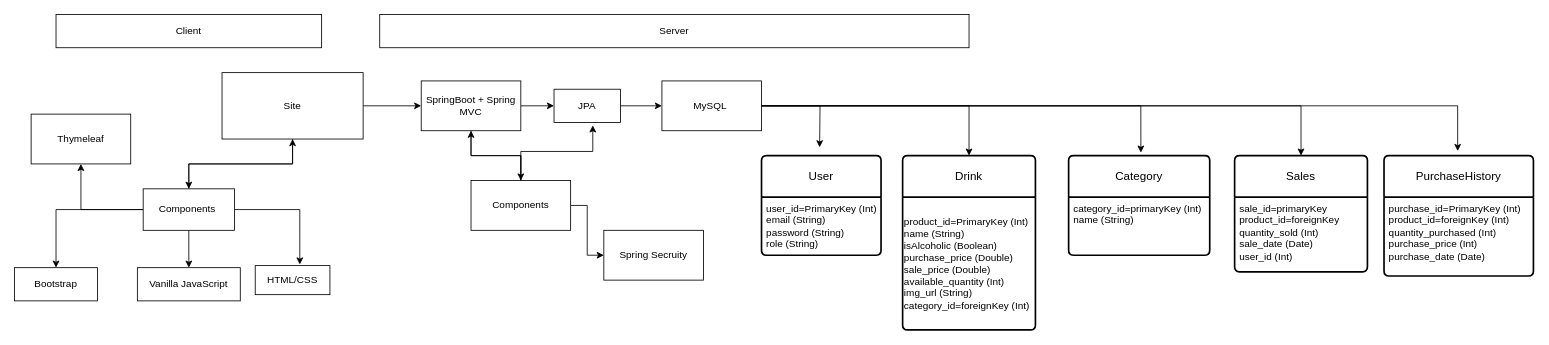
The draw.io diagram Inventory_V2.drawio in j4n-r/Inventory_V2, before the edit. Source tidied: cells renumbered, new cells numbered last; positions are measured from the earlier drawing's top-left corner, leaving out a move shared by most shapes. Both pictures are drawn from the tidied source at 83%, with x=0, y=0 at pixel (14, 14).
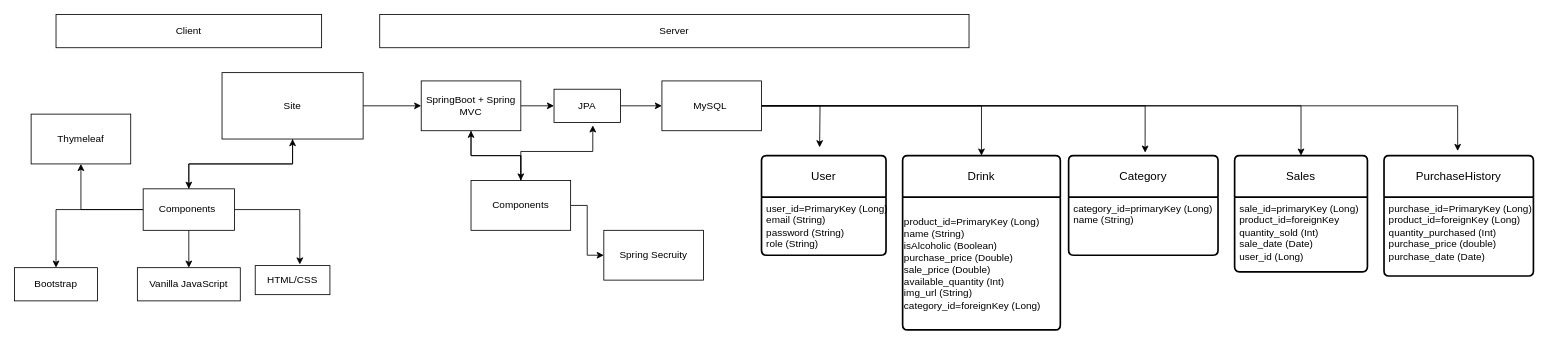
After the change.

Unchanged cells that the change refers to:
```xml
<mxCell id="35" value="PurchaseHistory" style="swimlane;horizontal=1;startSize=50;rounded=1;fontSize=14;fontStyle=0;strokeWidth=2;shadow=0;dashed=0;align=center;arcSize=4;whiteSpace=wrap;html=1;" parent="1" vertex="1">
  <mxGeometry x="1650" y="170" width="180" height="145" as="geometry" />
</mxCell>
<mxCell id="39" value="Sales" style="swimlane;horizontal=1;startSize=50;rounded=1;fontSize=14;fontStyle=0;strokeWidth=2;shadow=0;dashed=0;align=center;arcSize=4;whiteSpace=wrap;html=1;" parent="1" vertex="1">
  <mxGeometry x="1470" y="170" width="160" height="140" as="geometry" />
</mxCell>
```

Change to the diagram source:
```diff
@@
     <mxCell id="2" value="Drink" style="swimlane;horizontal=1;startSize=50;rounded=1;fontSize=14;fontStyle=0;strokeWidth=2;shadow=0;dashed=0;align=center;arcSize=4;whiteSpace=wrap;html=1;" parent="1" vertex="1">
-      <mxGeometry x="1070" y="170" width="160" height="210" as="geometry" />
+      <mxGeometry x="1070" y="170" width="190" height="210" as="geometry" />
     </mxCell>
-    <mxCell id="3" value="&lt;div style=&quot;&quot;&gt;product_id=PrimaryKey (Int)&lt;span style=&quot;background-color: initial; white-space-collapse: preserve;&quot;&gt;&#9;&lt;/span&gt;&lt;span style=&quot;background-color: initial; white-space-collapse: preserve;&quot;&gt;&#9;&lt;/span&gt;&lt;span style=&quot;background-color: initial; white-space-collapse: preserve;&quot;&gt;&#9;&lt;/span&gt;&lt;/div&gt;&lt;div style=&quot;&quot;&gt;&lt;span style=&quot;background-color: initial;&quot;&gt;name (String)&lt;/span&gt;&lt;/div&gt;&lt;div style=&quot;&quot;&gt;&lt;span style=&quot;background-color: initial;&quot;&gt;isAlcoholic (Boolean)&lt;/span&gt;&lt;br&gt;&lt;/div&gt;&lt;div style=&quot;&quot;&gt;&lt;span style=&quot;background-color: initial;&quot;&gt;purchase_price (Double)&lt;/span&gt;&lt;/div&gt;&lt;div style=&quot;&quot;&gt;&lt;span style=&quot;background-color: initial;&quot;&gt;sale_price (Double)&lt;/span&gt;&lt;/div&gt;&lt;div style=&quot;&quot;&gt;&lt;span style=&quot;background-color: initial;&quot;&gt;available_quantity (Int)&lt;/span&gt;&lt;/div&gt;&lt;div style=&quot;&quot;&gt;&lt;span style=&quot;background-color: initial;&quot;&gt;img_url (String)&lt;/span&gt;&lt;/div&gt;&lt;div style=&quot;&quot;&gt;category_id=foreignKey (Int)&lt;/div&gt;" style="text;html=1;align=left;verticalAlign=middle;strokeColor=none;fillColor=none;" parent="2" vertex="1">
-      <mxGeometry y="50" width="160" height="160" as="geometry" />
+    <mxCell id="3" value="&lt;div style=&quot;&quot;&gt;product_id=PrimaryKey (Long)&lt;span style=&quot;background-color: initial; white-space-collapse: preserve;&quot;&gt;&#9;&lt;/span&gt;&lt;span style=&quot;background-color: initial; white-space-collapse: preserve;&quot;&gt;&#9;&lt;/span&gt;&lt;span style=&quot;background-color: initial; white-space-collapse: preserve;&quot;&gt;&#9;&lt;/span&gt;&lt;/div&gt;&lt;div style=&quot;&quot;&gt;&lt;span style=&quot;background-color: initial;&quot;&gt;name (String)&lt;/span&gt;&lt;/div&gt;&lt;div style=&quot;&quot;&gt;&lt;span style=&quot;background-color: initial;&quot;&gt;isAlcoholic (Boolean)&lt;/span&gt;&lt;br&gt;&lt;/div&gt;&lt;div style=&quot;&quot;&gt;&lt;span style=&quot;background-color: initial;&quot;&gt;purchase_price (Double)&lt;/span&gt;&lt;/div&gt;&lt;div style=&quot;&quot;&gt;&lt;span style=&quot;background-color: initial;&quot;&gt;sale_price (Double)&lt;/span&gt;&lt;/div&gt;&lt;div style=&quot;&quot;&gt;&lt;span style=&quot;background-color: initial;&quot;&gt;available_quantity (Int)&lt;/span&gt;&lt;/div&gt;&lt;div style=&quot;&quot;&gt;&lt;span style=&quot;background-color: initial;&quot;&gt;img_url (String)&lt;/span&gt;&lt;/div&gt;&lt;div style=&quot;&quot;&gt;category_id=foreignKey (Long)&lt;/div&gt;" style="text;html=1;align=left;verticalAlign=middle;strokeColor=none;fillColor=none;" parent="2" vertex="1">
+      <mxGeometry y="50" width="190" height="160" as="geometry" />
     </mxCell>
     <mxCell id="4" value="User" style="swimlane;horizontal=1;startSize=50;rounded=1;fontSize=14;fontStyle=0;strokeWidth=2;shadow=0;dashed=0;align=center;arcSize=4;whiteSpace=wrap;html=1;" parent="1" vertex="1">
-      <mxGeometry x="900" y="170" width="144" height="120" as="geometry" />
+      <mxGeometry x="900" y="170" width="150" height="120" as="geometry" />
     </mxCell>
-    <mxCell id="5" value="user_id=PrimaryKey (Int)&lt;br&gt;email (String)&lt;br&gt;password (String)&lt;br&gt;role (String)" style="align=left;strokeColor=none;fillColor=none;spacingLeft=4;fontSize=12;verticalAlign=top;html=1;" parent="4" vertex="1">
-      <mxGeometry y="50" width="144" height="70" as="geometry" />
+    <mxCell id="5" value="user_id=PrimaryKey (Long)&lt;br&gt;email (String)&lt;br&gt;password (String)&lt;br&gt;role (String)" style="align=left;strokeColor=none;fillColor=none;spacingLeft=4;fontSize=12;verticalAlign=top;html=1;" parent="4" vertex="1">
+      <mxGeometry y="50" width="150" height="70" as="geometry" />
     </mxCell>
@@
-    <mxCell id="36" value="purchase_id=PrimaryKey (Int)&lt;br&gt;product_id=foreignKey (Int)&lt;br&gt;quantity_purchased (Int)&lt;br&gt;purchase_price (Int)&lt;br&gt;purchase_date (Date)" style="align=left;strokeColor=none;fillColor=none;spacingLeft=4;fontSize=12;verticalAlign=top;html=1;" parent="35" vertex="1">
+    <mxCell id="36" value="purchase_id=PrimaryKey (Long)&lt;br&gt;product_id=foreignKey (Long)&lt;br&gt;quantity_purchased (Int)&lt;br&gt;purchase_price (double)&lt;br&gt;purchase_date (Date)" style="align=left;strokeColor=none;fillColor=none;spacingLeft=4;fontSize=12;verticalAlign=top;html=1;" parent="35" vertex="1">
       <mxGeometry y="50" width="180" height="95" as="geometry" />
     </mxCell>
     <mxCell id="37" value="Category" style="swimlane;horizontal=1;startSize=50;rounded=1;fontSize=14;fontStyle=0;strokeWidth=2;shadow=0;dashed=0;align=center;arcSize=4;whiteSpace=wrap;html=1;" parent="1" vertex="1">
-      <mxGeometry x="1270" y="170" width="170" height="120" as="geometry" />
+      <mxGeometry x="1270" y="170" width="180" height="120" as="geometry" />
     </mxCell>
-    <mxCell id="38" value="category_id=primaryKey (Int)&lt;br&gt;name (String)" style="align=left;strokeColor=none;fillColor=none;spacingLeft=4;fontSize=12;verticalAlign=top;html=1;" parent="37" vertex="1">
-      <mxGeometry y="50" width="170" height="70" as="geometry" />
+    <mxCell id="38" value="category_id=primaryKey (Long)&lt;br&gt;name (String)" style="align=left;strokeColor=none;fillColor=none;spacingLeft=4;fontSize=12;verticalAlign=top;html=1;" parent="37" vertex="1">
+      <mxGeometry y="50" width="180" height="70" as="geometry" />
     </mxCell>
@@
-    <mxCell id="40" value="sale_id=primaryKey&lt;br&gt;product_id=foreignKey&lt;br&gt;quantity_sold (Int)&lt;br&gt;sale_date (Date)&lt;br&gt;user_id (Int)" style="align=left;strokeColor=none;fillColor=none;spacingLeft=4;fontSize=12;verticalAlign=top;html=1;" parent="39" vertex="1">
+    <mxCell id="40" value="sale_id=primaryKey (Long)&lt;br&gt;product_id=foreignKey&lt;br&gt;quantity_sold (Int)&lt;br&gt;sale_date (Date)&lt;br&gt;user_id (Long)" style="align=left;strokeColor=none;fillColor=none;spacingLeft=4;fontSize=12;verticalAlign=top;html=1;" parent="39" vertex="1">
       <mxGeometry y="50" width="160" height="90" as="geometry" />
     </mxCell>
```
